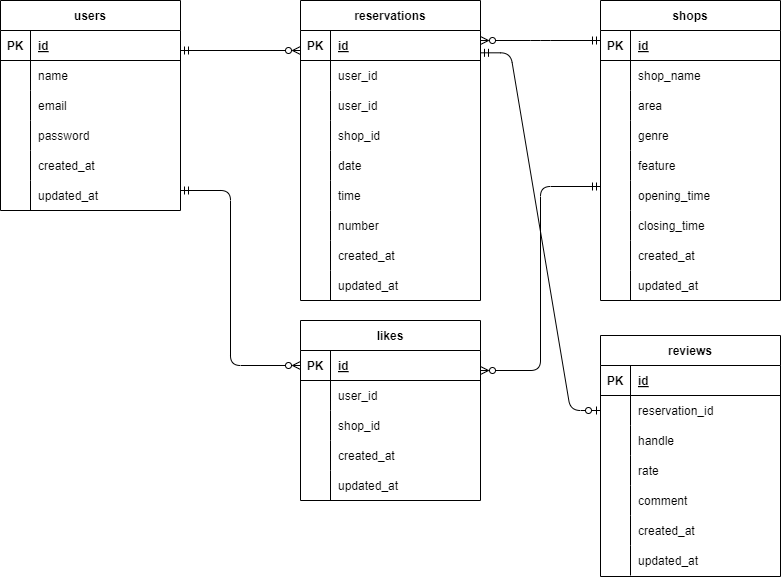
The draw.io diagram er.drawio.png in HarukoS/Rese, before a commit. Source tidied: cells renumbered, new cells last; positions are measured from the earlier drawing's top-left corner, leaving out a move shared by most shapes.
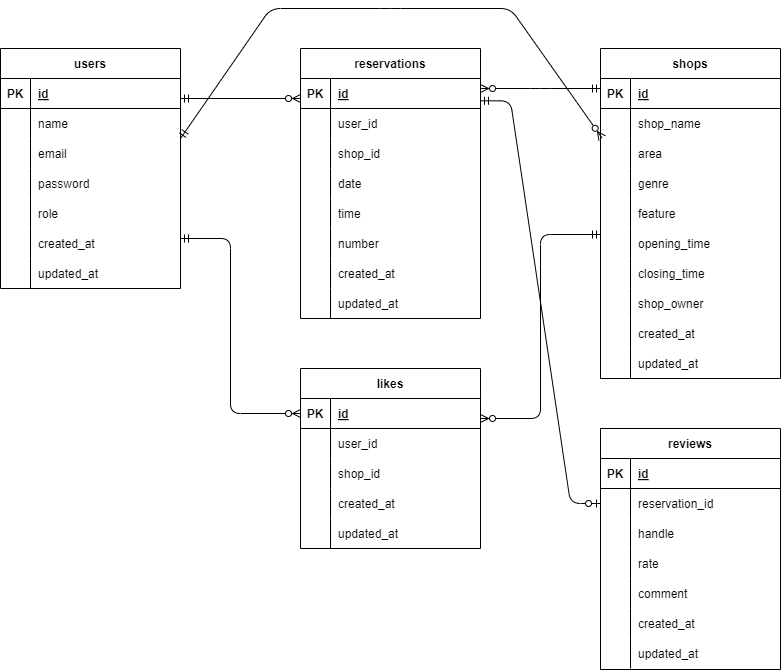
Above is the later version.

What changed in the source:
```diff
@@ -3,7 +3,7 @@
     <mxCell id="0" />
     <mxCell id="1" parent="0" />
     <mxCell id="2" value="users" style="shape=table;startSize=30;rowLines=0;fontStyle=1;align=center;" parent="1" vertex="1">
-      <mxGeometry width="180" height="210" as="geometry" />
+      <mxGeometry width="180" height="240" as="geometry" />
     </mxCell>
     <mxCell id="3" style="shape=tableRow;horizontal=0;startSize=0;swimlaneHead=0;swimlaneBody=0;fillColor=none;top=0;left=0;right=0;bottom=1;" parent="2" vertex="1">
       <mxGeometry y="30" width="180" height="30" as="geometry" />
@@ -41,8 +41,17 @@
     <mxCell id="14" value="password" style="shape=partialRectangle;fillColor=none;top=0;left=0;bottom=0;right=0;align=left;spacingLeft=6;overflow=hidden;" parent="12" vertex="1">
       <mxGeometry x="30" width="150" height="30" as="geometry" />
     </mxCell>
+    <mxCell id="120" style="shape=tableRow;horizontal=0;startSize=0;swimlaneHead=0;swimlaneBody=0;fillColor=none;top=0;left=0;right=0;bottom=0;" parent="2" vertex="1">
+      <mxGeometry y="150" width="180" height="30" as="geometry" />
+    </mxCell>
+    <mxCell id="121" style="shape=partialRectangle;fillColor=none;top=0;left=0;bottom=0;right=0;overflow=hidden;" parent="120" vertex="1">
+      <mxGeometry width="30" height="30" as="geometry" />
+    </mxCell>
+    <mxCell id="122" value="role" style="shape=partialRectangle;fillColor=none;top=0;left=0;bottom=0;right=0;align=left;spacingLeft=6;overflow=hidden;" parent="120" vertex="1">
+      <mxGeometry x="30" width="150" height="30" as="geometry" />
+    </mxCell>
     <mxCell id="15" style="shape=tableRow;horizontal=0;startSize=0;swimlaneHead=0;swimlaneBody=0;fillColor=none;top=0;left=0;right=0;bottom=0;" parent="2" vertex="1">
-      <mxGeometry y="150" width="180" height="30" as="geometry" />
+      <mxGeometry y="180" width="180" height="30" as="geometry" />
     </mxCell>
     <mxCell id="16" style="shape=partialRectangle;fillColor=none;top=0;left=0;bottom=0;right=0;overflow=hidden;" parent="15" vertex="1">
       <mxGeometry width="30" height="30" as="geometry" />
@@ -51,7 +60,7 @@
       <mxGeometry x="30" width="150" height="30" as="geometry" />
     </mxCell>
     <mxCell id="18" style="shape=tableRow;horizontal=0;startSize=0;swimlaneHead=0;swimlaneBody=0;fillColor=none;top=0;left=0;right=0;bottom=0;" parent="2" vertex="1">
-      <mxGeometry y="180" width="180" height="30" as="geometry" />
+      <mxGeometry y="210" width="180" height="30" as="geometry" />
     </mxCell>
     <mxCell id="19" style="shape=partialRectangle;fillColor=none;top=0;left=0;bottom=0;right=0;overflow=hidden;" parent="18" vertex="1">
       <mxGeometry width="30" height="30" as="geometry" />
@@ -60,7 +69,7 @@
       <mxGeometry x="30" width="150" height="30" as="geometry" />
     </mxCell>
     <mxCell id="21" value="reservations" style="shape=table;startSize=30;rowLines=0;fontStyle=1;align=center;" parent="1" vertex="1">
-      <mxGeometry x="300" width="180" height="300" as="geometry" />
+      <mxGeometry x="300" width="180" height="270" as="geometry" />
     </mxCell>
     <mxCell id="22" style="shape=tableRow;horizontal=0;startSize=0;swimlaneHead=0;swimlaneBody=0;fillColor=none;points=[[0,0.5],[1,0.5]];portConstraint=eastwest;top=0;left=0;right=0;bottom=1;" parent="21" vertex="1">
       <mxGeometry y="30" width="180" height="30" as="geometry" />
@@ -80,17 +89,8 @@
     <mxCell id="27" value="user_id" style="shape=partialRectangle;fillColor=none;top=0;left=0;bottom=0;right=0;align=left;spacingLeft=6;overflow=hidden;" parent="25" vertex="1">
       <mxGeometry x="30" width="150" height="30" as="geometry" />
     </mxCell>
-    <mxCell id="28" style="shape=tableRow;horizontal=0;startSize=0;swimlaneHead=0;swimlaneBody=0;fillColor=none;top=0;left=0;right=0;bottom=0;" parent="21" vertex="1">
-      <mxGeometry y="90" width="180" height="30" as="geometry" />
-    </mxCell>
-    <mxCell id="29" style="shape=partialRectangle;fillColor=none;top=0;left=0;bottom=0;right=0;overflow=hidden;" parent="28" vertex="1">
-      <mxGeometry width="30" height="30" as="geometry" />
-    </mxCell>
-    <mxCell id="30" value="user_id" style="shape=partialRectangle;fillColor=none;top=0;left=0;bottom=0;right=0;align=left;spacingLeft=6;overflow=hidden;" parent="28" vertex="1">
-      <mxGeometry x="30" width="150" height="30" as="geometry" />
-    </mxCell>
     <mxCell id="31" style="shape=tableRow;horizontal=0;startSize=0;swimlaneHead=0;swimlaneBody=0;fillColor=none;top=0;left=0;right=0;bottom=0;" parent="21" vertex="1">
-      <mxGeometry y="120" width="180" height="30" as="geometry" />
+      <mxGeometry y="90" width="180" height="30" as="geometry" />
     </mxCell>
     <mxCell id="32" style="shape=partialRectangle;fillColor=none;top=0;left=0;bottom=0;right=0;overflow=hidden;" parent="31" vertex="1">
       <mxGeometry width="30" height="30" as="geometry" />
@@ -99,7 +99,7 @@
       <mxGeometry x="30" width="150" height="30" as="geometry" />
     </mxCell>
     <mxCell id="34" style="shape=tableRow;horizontal=0;startSize=0;swimlaneHead=0;swimlaneBody=0;fillColor=none;top=0;left=0;right=0;bottom=0;" parent="21" vertex="1">
-      <mxGeometry y="150" width="180" height="30" as="geometry" />
+      <mxGeometry y="120" width="180" height="30" as="geometry" />
     </mxCell>
     <mxCell id="35" style="shape=partialRectangle;fillColor=none;top=0;left=0;bottom=0;right=0;overflow=hidden;" parent="34" vertex="1">
       <mxGeometry width="30" height="30" as="geometry" />
@@ -108,7 +108,7 @@
       <mxGeometry x="30" width="150" height="30" as="geometry" />
     </mxCell>
     <mxCell id="37" style="shape=tableRow;horizontal=0;startSize=0;swimlaneHead=0;swimlaneBody=0;fillColor=none;top=0;left=0;right=0;bottom=0;" parent="21" vertex="1">
-      <mxGeometry y="180" width="180" height="30" as="geometry" />
+      <mxGeometry y="150" width="180" height="30" as="geometry" />
     </mxCell>
     <mxCell id="38" style="shape=partialRectangle;fillColor=none;top=0;left=0;bottom=0;right=0;overflow=hidden;" parent="37" vertex="1">
       <mxGeometry width="30" height="30" as="geometry" />
@@ -117,7 +117,7 @@
       <mxGeometry x="30" width="150" height="30" as="geometry" />
     </mxCell>
     <mxCell id="40" style="shape=tableRow;horizontal=0;startSize=0;swimlaneHead=0;swimlaneBody=0;fillColor=none;top=0;left=0;right=0;bottom=0;" parent="21" vertex="1">
-      <mxGeometry y="210" width="180" height="30" as="geometry" />
+      <mxGeometry y="180" width="180" height="30" as="geometry" />
     </mxCell>
     <mxCell id="41" style="shape=partialRectangle;fillColor=none;top=0;left=0;bottom=0;right=0;overflow=hidden;" parent="40" vertex="1">
       <mxGeometry width="30" height="30" as="geometry" />
@@ -126,7 +126,7 @@
       <mxGeometry x="30" width="150" height="30" as="geometry" />
     </mxCell>
     <mxCell id="43" style="shape=tableRow;horizontal=0;startSize=0;swimlaneHead=0;swimlaneBody=0;fillColor=none;top=0;left=0;right=0;bottom=0;" parent="21" vertex="1">
-      <mxGeometry y="240" width="180" height="30" as="geometry" />
+      <mxGeometry y="210" width="180" height="30" as="geometry" />
     </mxCell>
     <mxCell id="44" style="shape=partialRectangle;fillColor=none;top=0;left=0;bottom=0;right=0;overflow=hidden;" parent="43" vertex="1">
       <mxGeometry width="30" height="30" as="geometry" />
@@ -135,7 +135,7 @@
       <mxGeometry x="30" width="150" height="30" as="geometry" />
     </mxCell>
     <mxCell id="46" style="shape=tableRow;horizontal=0;startSize=0;swimlaneHead=0;swimlaneBody=0;fillColor=none;top=0;left=0;right=0;bottom=0;" parent="21" vertex="1">
-      <mxGeometry y="270" width="180" height="30" as="geometry" />
+      <mxGeometry y="240" width="180" height="30" as="geometry" />
     </mxCell>
     <mxCell id="47" style="shape=partialRectangle;fillColor=none;top=0;left=0;bottom=0;right=0;overflow=hidden;" parent="46" vertex="1">
       <mxGeometry width="30" height="30" as="geometry" />
@@ -144,7 +144,7 @@
       <mxGeometry x="30" width="150" height="30" as="geometry" />
     </mxCell>
     <mxCell id="49" value="shops" style="shape=table;startSize=30;rowLines=0;fontStyle=1;align=center;" parent="1" vertex="1">
-      <mxGeometry x="600" width="180" height="300" as="geometry" />
+      <mxGeometry x="600" width="180" height="330" as="geometry" />
     </mxCell>
     <mxCell id="50" style="shape=tableRow;horizontal=0;startSize=0;swimlaneHead=0;swimlaneBody=0;fillColor=none;top=0;left=0;right=0;bottom=1;" parent="49" vertex="1">
       <mxGeometry y="30" width="180" height="30" as="geometry" />
@@ -209,8 +209,17 @@
     <mxCell id="70" value="closing_time" style="shape=partialRectangle;fillColor=none;top=0;left=0;bottom=0;right=0;align=left;spacingLeft=6;overflow=hidden;" parent="68" vertex="1">
       <mxGeometry x="30" width="150" height="30" as="geometry" />
     </mxCell>
+    <mxCell id="123" style="shape=tableRow;horizontal=0;startSize=0;swimlaneHead=0;swimlaneBody=0;fillColor=none;top=0;left=0;right=0;bottom=0;" parent="49" vertex="1">
+      <mxGeometry y="240" width="180" height="30" as="geometry" />
+    </mxCell>
+    <mxCell id="124" style="shape=partialRectangle;fillColor=none;top=0;left=0;bottom=0;right=0;overflow=hidden;" parent="123" vertex="1">
+      <mxGeometry width="30" height="30" as="geometry" />
+    </mxCell>
+    <mxCell id="125" value="shop_owner" style="shape=partialRectangle;fillColor=none;top=0;left=0;bottom=0;right=0;align=left;spacingLeft=6;overflow=hidden;" parent="123" vertex="1">
+      <mxGeometry x="30" width="150" height="30" as="geometry" />
+    </mxCell>
     <mxCell id="71" style="shape=tableRow;horizontal=0;startSize=0;swimlaneHead=0;swimlaneBody=0;fillColor=none;top=0;left=0;right=0;bottom=0;" parent="49" vertex="1">
-      <mxGeometry y="240" width="180" height="30" as="geometry" />
+      <mxGeometry y="270" width="180" height="30" as="geometry" />
     </mxCell>
     <mxCell id="72" style="shape=partialRectangle;fillColor=none;top=0;left=0;bottom=0;right=0;overflow=hidden;" parent="71" vertex="1">
       <mxGeometry width="30" height="30" as="geometry" />
@@ -219,7 +228,7 @@
       <mxGeometry x="30" width="150" height="30" as="geometry" />
     </mxCell>
     <mxCell id="74" style="shape=tableRow;horizontal=0;startSize=0;swimlaneHead=0;swimlaneBody=0;fillColor=none;top=0;left=0;right=0;bottom=0;" parent="49" vertex="1">
-      <mxGeometry y="270" width="180" height="30" as="geometry" />
+      <mxGeometry y="300" width="180" height="30" as="geometry" />
     </mxCell>
     <mxCell id="75" style="shape=partialRectangle;fillColor=none;top=0;left=0;bottom=0;right=0;overflow=hidden;" parent="74" vertex="1">
       <mxGeometry width="30" height="30" as="geometry" />
@@ -310,7 +319,7 @@
       </mxGeometry>
     </mxCell>
     <mxCell id="97" value="reviews" style="shape=table;startSize=30;rowLines=0;fontStyle=1;align=center;" parent="1" vertex="1">
-      <mxGeometry x="600" y="335" width="180" height="241" as="geometry" />
+      <mxGeometry x="600" y="380" width="180" height="241" as="geometry" />
     </mxCell>
     <mxCell id="98" style="shape=tableRow;horizontal=0;startSize=0;swimlaneHead=0;swimlaneBody=0;fillColor=none;top=0;left=0;right=0;bottom=1;" parent="97" vertex="1">
       <mxGeometry y="30" width="180" height="30" as="geometry" />
@@ -378,5 +387,15 @@
     <mxCell id="119" style="edgeStyle=entityRelationEdgeStyle;fontSize=12;html=1;endArrow=ERzeroToOne;startArrow=ERmandOne;exitX=1;exitY=0.744;exitDx=0;exitDy=0;entryX=0;entryY=0.5;entryDx=0;entryDy=0;exitPerimeter=0;" parent="1" edge="1" source="22" target="101">
       <mxGeometry relative="1" as="geometry" />
     </mxCell>
+    <mxCell id="126" style="fontSize=12;html=1;endArrow=ERzeroToMany;startArrow=ERmandOne;endFill=0;entryX=0.009;entryY=-0.013;entryDx=0;entryDy=0;entryPerimeter=0;" parent="1" edge="1" target="56">
+      <mxGeometry relative="1" as="geometry">
+        <mxPoint x="180" y="90" as="sourcePoint" />
+        <Array as="points">
+          <mxPoint x="270" y="-40" />
+          <mxPoint x="390" y="-40" />
+          <mxPoint x="510" y="-40" />
+        </Array>
+      </mxGeometry>
+    </mxCell>
   </root>
 </mxGraphModel>
```
